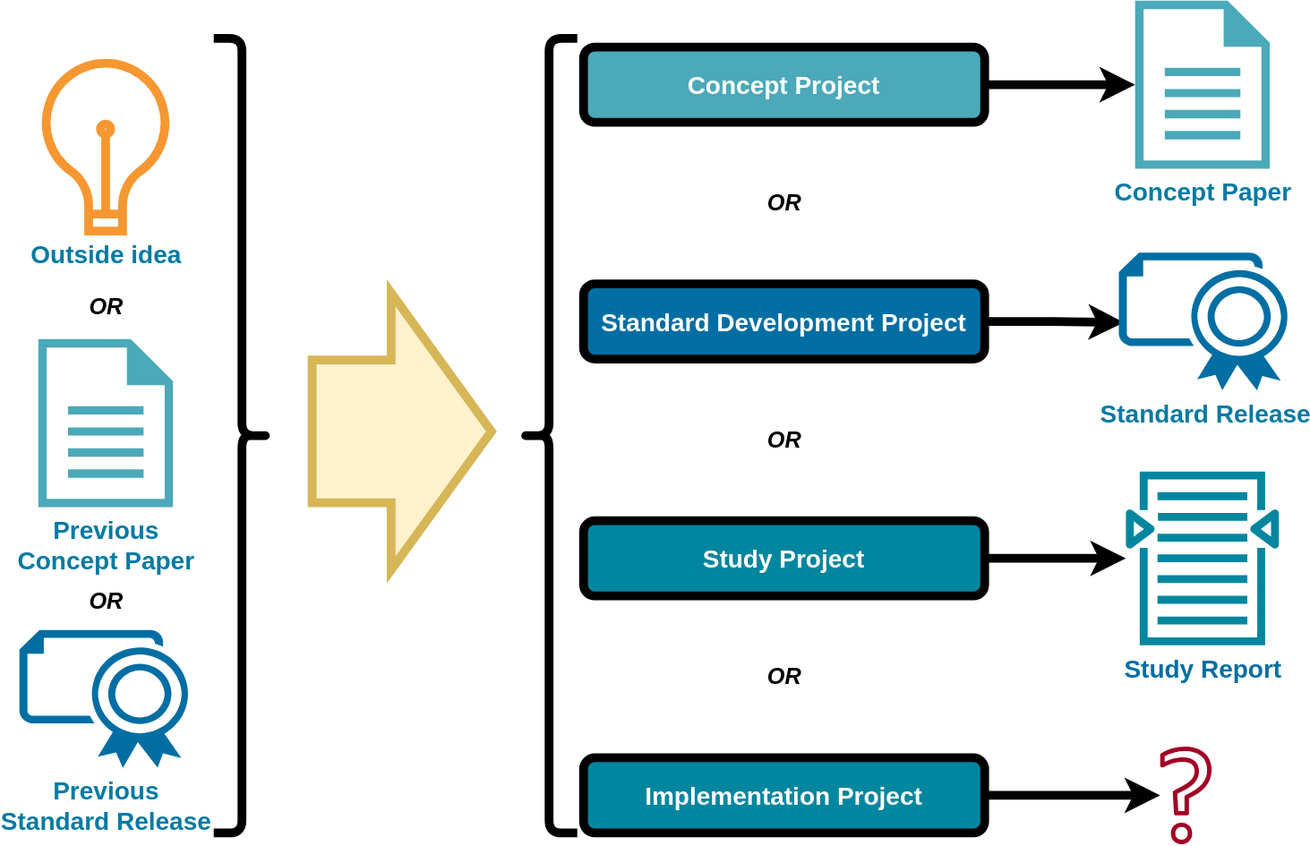
This is content/modules/compendium/assets/images/Concepts/project_types_overview.drawio.svg from asam-ev/asam-project-guide-content, a draw.io export, as it was before one commit. Source tidied: cells renumbered, new cells last; positions are measured from the earlier drawing's top-left corner, leaving out a move shared by most shapes.
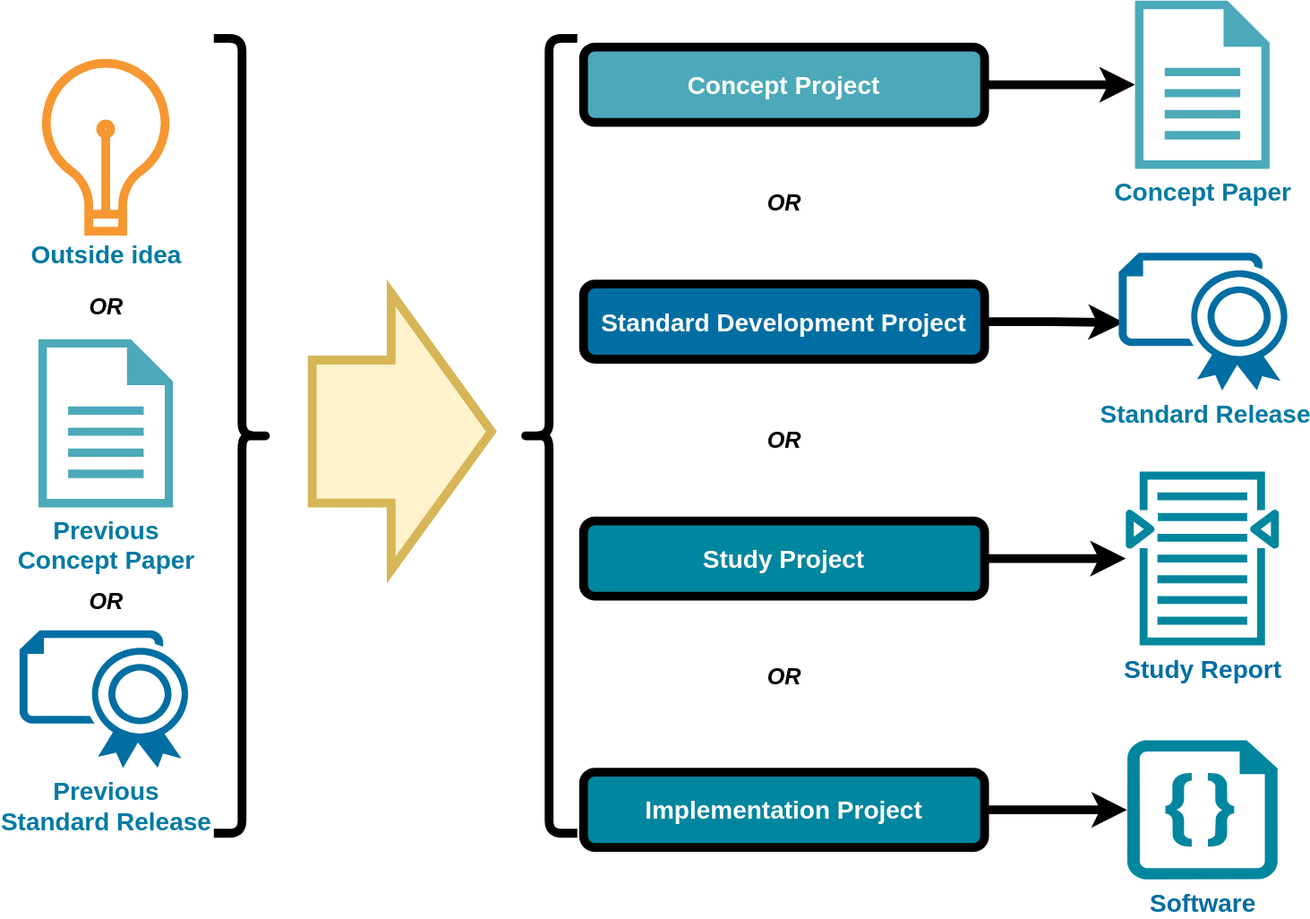
Above is the later version.

The edit, as a diff of the source:
```diff
@@ -67,22 +67,17 @@
     <mxCell id="20" value="OR" style="text;html=1;align=center;verticalAlign=middle;strokeColor=none;fillColor=none;fontStyle=3;fontSize=18;" parent="1" vertex="1">
       <mxGeometry x="590" y="336" width="40" height="30" as="geometry" />
     </mxCell>
-    <mxCell id="21" style="edgeStyle=orthogonalEdgeStyle;rounded=0;jettySize=auto;html=1;exitX=1;exitY=0.5;exitDx=0;exitDy=0;fontSize=20;fontColor=#FFFFFF;strokeWidth=7;" parent="1" edge="1" source="22" target="24">
-      <mxGeometry relative="1" as="geometry">
-        <Array as="points">
-          <mxPoint x="900" y="634" />
-          <mxPoint x="900" y="634" />
-        </Array>
-      </mxGeometry>
-    </mxCell>
+    <mxCell id="25" style="edgeStyle=none;html=1;entryX=0;entryY=0.5;entryDx=0;entryDy=0;entryPerimeter=0;fontSize=20;rounded=0;fontColor=#FFFFFF;strokeWidth=7;" parent="1" edge="1" source="22" target="26">
+      <mxGeometry relative="1" as="geometry" />
+    </mxCell>
     <mxCell id="22" value="Implementation Project" style="rounded=1;whiteSpace=wrap;html=1;perimeterSpacing=0;strokeWidth=7;fillColor=#00869E;fontStyle=1;fontSize=20;fontColor=#FFFFFF;flipV=0;" parent="1" vertex="1">
-      <mxGeometry x="450" y="604.1" width="320" height="60" as="geometry" />
+      <mxGeometry x="450" y="615.4" width="320" height="60" as="geometry" />
     </mxCell>
     <mxCell id="23" value="OR" style="text;html=1;align=center;verticalAlign=middle;strokeColor=none;fillColor=none;fontStyle=3;fontSize=18;" parent="1" vertex="1">
       <mxGeometry x="590" y="525" width="40" height="30" as="geometry" />
     </mxCell>
-    <mxCell id="24" style="sketch=0;outlineConnect=0;dashed=0;verticalLabelPosition=bottom;verticalAlign=top;align=center;html=1;fontSize=12;fontStyle=0;shape=mxgraph.aws4.question;fillColor=#a20025;fontColor=#ffffff;strokeColor=#6F0000;" parent="1" vertex="1">
-      <mxGeometry x="910" y="595.1" width="41" height="78" as="geometry" />
-    </mxCell>
+    <mxCell id="26" value="Software" style="verticalLabelPosition=bottom;html=1;verticalAlign=top;align=center;strokeColor=none;fillColor=#00869E;shape=mxgraph.azure.code_file;fontSize=20;fontColor=#006EA2;sketch=0;gradientColor=none;dashed=0;fontStyle=1;" parent="1" vertex="1">
+      <mxGeometry x="883.7" y="590" width="120" height="110.9" as="geometry" />
+    </mxCell>
   </root>
 </mxGraphModel>
```
